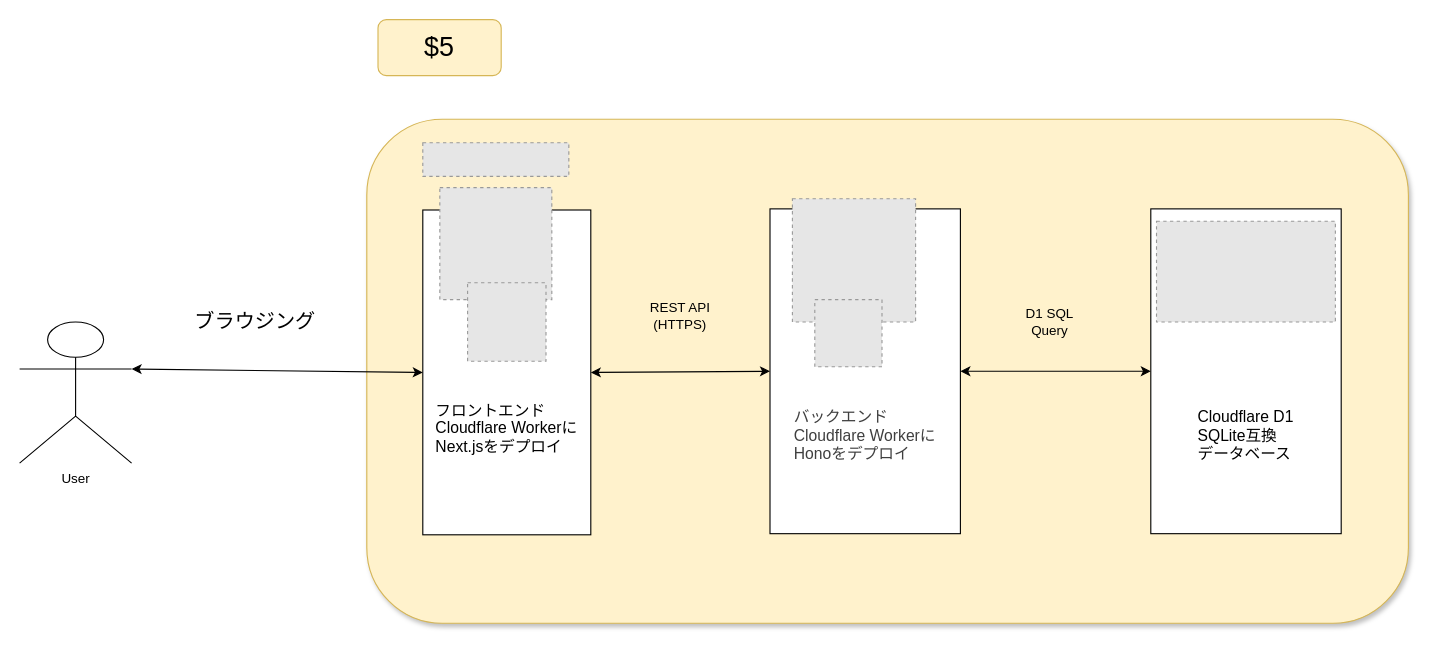
The draw.io diagram docs/architecture.drawio in FatRicePaddyyyy/cloudflare_template, before the edit. Source tidied: cells renumbered, new cells numbered last; positions are measured from the earlier drawing's top-left corner, leaving out a move shared by most shapes. Both pictures are drawn from the tidied source at 112%, with x=0, y=0 at pixel (19, 19). Pictures stored in the file or linked from it are replaced by grey dashed boxes.
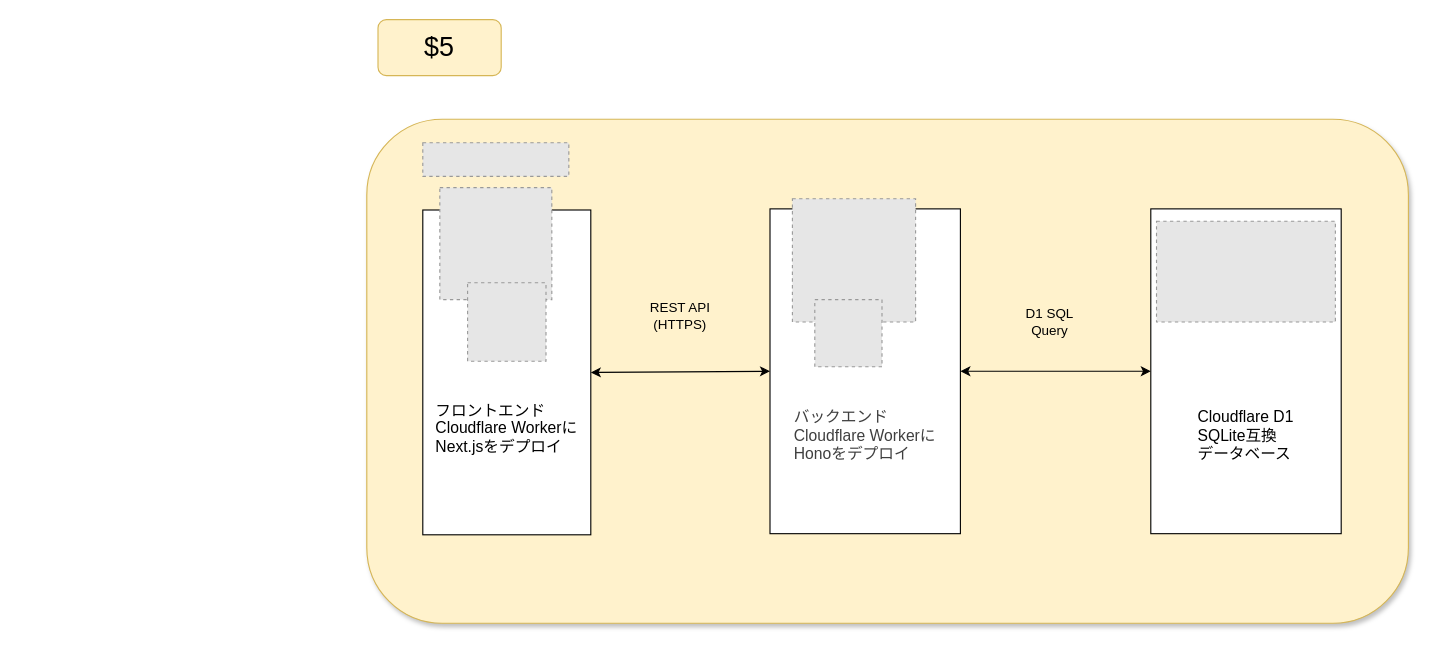
After the change.

Commit message (it also covers changes not shown here):
アーキテクチャー図更新

What changed in the source:
```diff
@@
 <mxGraphModel>
   <root>
     <mxCell id="0" />
     <mxCell id="1" parent="0" />
     <mxCell id="2" style="rounded=1;whiteSpace=wrap;html=1;shadow=1;fillColor=#fff2cc;strokeColor=#d6b656;" parent="1" vertex="1">
       <mxGeometry x="310" y="89" width="930" height="450" as="geometry" />
     </mxCell>
     <mxCell id="3" value="&lt;div&gt;&lt;br&gt;&lt;/div&gt;&lt;div&gt;&lt;br&gt;&lt;/div&gt;&lt;div&gt;&lt;br&gt;&lt;/div&gt;&lt;div style=&quot;text-align: left;&quot;&gt;&lt;span style=&quot;background-color: transparent;&quot;&gt;&lt;br&gt;&lt;/span&gt;&lt;/div&gt;&lt;div style=&quot;text-align: left;&quot;&gt;&lt;span style=&quot;background-color: transparent;&quot;&gt;&lt;br&gt;&lt;/span&gt;&lt;/div&gt;&lt;div style=&quot;text-align: left;&quot;&gt;&lt;span style=&quot;background-color: transparent;&quot;&gt;&lt;br&gt;&lt;/span&gt;&lt;/div&gt;&lt;div style=&quot;text-align: left;&quot;&gt;&lt;span style=&quot;background-color: transparent;&quot;&gt;&lt;br&gt;&lt;/span&gt;&lt;/div&gt;&lt;div style=&quot;text-align: left;&quot;&gt;&lt;span style=&quot;background-color: transparent;&quot;&gt;&lt;font style=&quot;font-size: 14px;&quot;&gt;フロントエンド&lt;/font&gt;&lt;/span&gt;&lt;/div&gt;&lt;div style=&quot;text-align: left;&quot;&gt;&lt;span style=&quot;background-color: transparent;&quot;&gt;&lt;font style=&quot;font-size: 14px;&quot;&gt;Cloudflare Workerに&lt;/font&gt;&lt;/span&gt;&lt;/div&gt;&lt;div style=&quot;text-align: left;&quot;&gt;&lt;span style=&quot;background-color: transparent;&quot;&gt;&lt;font style=&quot;font-size: 14px;&quot;&gt;Next.jsをデプロイ&lt;/font&gt;&lt;/span&gt;&lt;/div&gt;" style="rounded=0;whiteSpace=wrap;html=1;" parent="1" vertex="1">
       <mxGeometry x="360" y="170" width="150" height="290" as="geometry" />
     </mxCell>
     <mxCell id="4" style="fillColor=#E6E6E6;strokeColor=#999999;dashed=1;verticalLabelPosition=bottom;verticalAlign=top;" parent="1" vertex="1">
       <mxGeometry x="375.2" y="150" width="100" height="100" as="geometry" />
     </mxCell>
     <mxCell id="5" value="&lt;font style=&quot;font-size: 24px;&quot;&gt;$5&lt;/font&gt;" style="rounded=1;whiteSpace=wrap;html=1;fillColor=#fff2cc;strokeColor=#d6b656;" parent="1" vertex="1">
       <mxGeometry x="320" width="110" height="50" as="geometry" />
     </mxCell>
-    <mxCell id="6" value="User&lt;div&gt;&lt;br&gt;&lt;/div&gt;" style="shape=umlActor;verticalLabelPosition=bottom;verticalAlign=top;html=1;outlineConnect=0;" parent="1" vertex="1">
-      <mxGeometry y="270" width="100" height="126" as="geometry" />
-    </mxCell>
     <mxCell id="7" style="fillColor=#E6E6E6;strokeColor=#999999;dashed=1;verticalLabelPosition=bottom;verticalAlign=top;" parent="1" vertex="1">
       <mxGeometry x="360" y="110" width="130.4" height="30" as="geometry" />
     </mxCell>
     <mxCell id="8" style="fillColor=#E6E6E6;strokeColor=#999999;dashed=1;verticalLabelPosition=bottom;verticalAlign=top;" parent="1" vertex="1">
       <mxGeometry x="400" y="235" width="70" height="70" as="geometry" />
     </mxCell>
     <mxCell id="9" value="&lt;div style=&quot;color: rgb(63, 63, 63); scrollbar-color: rgb(226, 226, 226) rgb(251, 251, 251); text-align: left;&quot;&gt;&lt;span style=&quot;color: rgb(63, 63, 63); scrollbar-color: rgb(226, 226, 226) rgb(251, 251, 251); background-color: transparent;&quot;&gt;&lt;br&gt;&lt;/span&gt;&lt;/div&gt;&lt;div style=&quot;color: rgb(63, 63, 63); scrollbar-color: rgb(226, 226, 226) rgb(251, 251, 251); text-align: left;&quot;&gt;&lt;span style=&quot;color: rgb(63, 63, 63); scrollbar-color: rgb(226, 226, 226) rgb(251, 251, 251); background-color: transparent;&quot;&gt;&lt;br&gt;&lt;/span&gt;&lt;/div&gt;&lt;div style=&quot;color: rgb(63, 63, 63); scrollbar-color: rgb(226, 226, 226) rgb(251, 251, 251); text-align: left;&quot;&gt;&lt;span style=&quot;color: rgb(63, 63, 63); scrollbar-color: rgb(226, 226, 226) rgb(251, 251, 251); background-color: transparent;&quot;&gt;&lt;br&gt;&lt;/span&gt;&lt;/div&gt;&lt;div style=&quot;color: rgb(63, 63, 63); scrollbar-color: rgb(226, 226, 226) rgb(251, 251, 251); text-align: left;&quot;&gt;&lt;span style=&quot;color: rgb(63, 63, 63); scrollbar-color: rgb(226, 226, 226) rgb(251, 251, 251); background-color: transparent;&quot;&gt;&lt;br&gt;&lt;/span&gt;&lt;/div&gt;&lt;div style=&quot;color: rgb(63, 63, 63); scrollbar-color: rgb(226, 226, 226) rgb(251, 251, 251); text-align: left;&quot;&gt;&lt;span style=&quot;color: rgb(63, 63, 63); scrollbar-color: rgb(226, 226, 226) rgb(251, 251, 251); background-color: transparent;&quot;&gt;&lt;br&gt;&lt;/span&gt;&lt;/div&gt;&lt;div style=&quot;color: rgb(63, 63, 63); scrollbar-color: rgb(226, 226, 226) rgb(251, 251, 251); text-align: left;&quot;&gt;&lt;span style=&quot;color: rgb(63, 63, 63); scrollbar-color: rgb(226, 226, 226) rgb(251, 251, 251); background-color: transparent;&quot;&gt;&lt;br&gt;&lt;/span&gt;&lt;/div&gt;&lt;div style=&quot;color: rgb(63, 63, 63); scrollbar-color: rgb(226, 226, 226) rgb(251, 251, 251); text-align: left;&quot;&gt;&lt;span style=&quot;color: rgb(63, 63, 63); scrollbar-color: rgb(226, 226, 226) rgb(251, 251, 251); background-color: transparent;&quot;&gt;&lt;br&gt;&lt;/span&gt;&lt;/div&gt;&lt;div style=&quot;color: rgb(63, 63, 63); scrollbar-color: rgb(226, 226, 226) rgb(251, 251, 251); text-align: left;&quot;&gt;&lt;span style=&quot;color: rgb(63, 63, 63); scrollbar-color: rgb(226, 226, 226) rgb(251, 251, 251); background-color: transparent;&quot;&gt;&lt;br&gt;&lt;/span&gt;&lt;/div&gt;&lt;div style=&quot;color: rgb(63, 63, 63); scrollbar-color: rgb(226, 226, 226) rgb(251, 251, 251); text-align: left;&quot;&gt;&lt;span style=&quot;color: rgb(63, 63, 63); scrollbar-color: rgb(226, 226, 226) rgb(251, 251, 251); background-color: transparent;&quot;&gt;&lt;font style=&quot;font-size: 14px;&quot;&gt;バックエンド&lt;/font&gt;&lt;/span&gt;&lt;/div&gt;&lt;div style=&quot;color: rgb(63, 63, 63); scrollbar-color: rgb(226, 226, 226) rgb(251, 251, 251); text-align: left;&quot;&gt;&lt;span style=&quot;color: rgb(63, 63, 63); scrollbar-color: rgb(226, 226, 226) rgb(251, 251, 251); background-color: transparent;&quot;&gt;&lt;font style=&quot;font-size: 14px;&quot;&gt;Cloudflare Workerに&lt;/font&gt;&lt;/span&gt;&lt;/div&gt;&lt;div style=&quot;color: rgb(63, 63, 63); scrollbar-color: rgb(226, 226, 226) rgb(251, 251, 251); text-align: left;&quot;&gt;&lt;span style=&quot;color: rgb(63, 63, 63); scrollbar-color: rgb(226, 226, 226) rgb(251, 251, 251); background-color: transparent;&quot;&gt;&lt;font style=&quot;font-size: 14px;&quot;&gt;Honoをデプロイ&lt;/font&gt;&lt;/span&gt;&lt;/div&gt;" style="rounded=0;whiteSpace=wrap;html=1;" parent="1" vertex="1">
       <mxGeometry x="670" y="169" width="170" height="290" as="geometry" />
     </mxCell>
     <mxCell id="10" style="fillColor=#E6E6E6;strokeColor=#999999;dashed=1;verticalLabelPosition=bottom;verticalAlign=top;" parent="1" vertex="1">
       <mxGeometry x="690" y="160" width="110" height="110" as="geometry" />
     </mxCell>
     <mxCell id="11" style="fillColor=#E6E6E6;strokeColor=#999999;dashed=1;verticalLabelPosition=bottom;verticalAlign=top;" parent="1" vertex="1">
       <mxGeometry x="710" y="250" width="60" height="60" as="geometry" />
     </mxCell>
     <mxCell id="12" value="&lt;div&gt;&lt;br&gt;&lt;/div&gt;&lt;div&gt;&lt;br&gt;&lt;/div&gt;&lt;div&gt;&lt;br&gt;&lt;/div&gt;&lt;div&gt;&lt;br&gt;&lt;/div&gt;&lt;div&gt;&lt;br&gt;&lt;/div&gt;&lt;div&gt;&lt;br&gt;&lt;/div&gt;&lt;div&gt;&lt;br&gt;&lt;/div&gt;&lt;div&gt;&lt;br&gt;&lt;/div&gt;&lt;div&gt;&lt;br&gt;&lt;/div&gt;&lt;div style=&quot;text-align: left;&quot;&gt;&lt;span style=&quot;background-color: transparent;&quot;&gt;&lt;font style=&quot;font-size: 14px;&quot;&gt;Cloudflare D1&lt;/font&gt;&lt;/span&gt;&lt;/div&gt;&lt;div style=&quot;text-align: left;&quot;&gt;&lt;font style=&quot;font-size: 14px;&quot;&gt;SQLite互換&lt;/font&gt;&lt;/div&gt;&lt;div style=&quot;text-align: left;&quot;&gt;&lt;font style=&quot;font-size: 14px;&quot;&gt;データベース&lt;/font&gt;&lt;/div&gt;&lt;div&gt;&lt;br&gt;&lt;/div&gt;" style="rounded=0;whiteSpace=wrap;html=1;" parent="1" vertex="1">
       <mxGeometry x="1010" y="169" width="170" height="290" as="geometry" />
     </mxCell>
     <mxCell id="13" style="fillColor=#E6E6E6;strokeColor=#999999;dashed=1;verticalLabelPosition=bottom;verticalAlign=top;" parent="1" vertex="1">
       <mxGeometry x="1015.1" y="180" width="159.7" height="90" as="geometry" />
     </mxCell>
-    <mxCell id="14" style="endArrow=classic;startArrow=classic;html=1;exitX=1;exitY=0.3333333333333333;exitDx=0;exitDy=0;exitPerimeter=0;entryX=0;entryY=0.5;entryDx=0;entryDy=0;" parent="1" edge="1" source="6" target="3">
-      <mxGeometry relative="1" as="geometry" />
-    </mxCell>
-    <mxCell id="15" value="&lt;font style=&quot;font-size: 18px;&quot;&gt;ブラウジング&lt;/font&gt;" style="text;html=1;align=center;verticalAlign=middle;strokeColor=none;fillColor=none;" parent="1" vertex="1">
-      <mxGeometry x="145" y="250" width="130" height="40" as="geometry" />
-    </mxCell>
     <mxCell id="16" style="endArrow=classic;startArrow=classic;html=1;exitX=1;exitY=0.5;exitDx=0;exitDy=0;entryX=0;entryY=0.5;entryDx=0;entryDy=0;" parent="1" edge="1" source="3" target="9">
       <mxGeometry relative="1" as="geometry" />
     </mxCell>
     <mxCell id="17" style="endArrow=classic;startArrow=classic;html=1;entryX=0;entryY=0.5;entryDx=0;entryDy=0;exitX=1;exitY=0.5;exitDx=0;exitDy=0;" parent="1" edge="1" source="9" target="12">
       <mxGeometry relative="1" as="geometry" />
     </mxCell>
     <mxCell id="18" value="REST API (HTTPS)" style="text;html=1;align=center;verticalAlign=middle;whiteSpace=wrap;rounded=0;" parent="1" vertex="1">
       <mxGeometry x="560" y="250" width="60" height="30" as="geometry" />
     </mxCell>
     <mxCell id="19" value="D1 SQL Query" style="text;html=1;align=center;verticalAlign=middle;whiteSpace=wrap;rounded=0;" parent="1" vertex="1">
       <mxGeometry x="890" y="255" width="60" height="30" as="geometry" />
     </mxCell>
   </root>
 </mxGraphModel>
```
